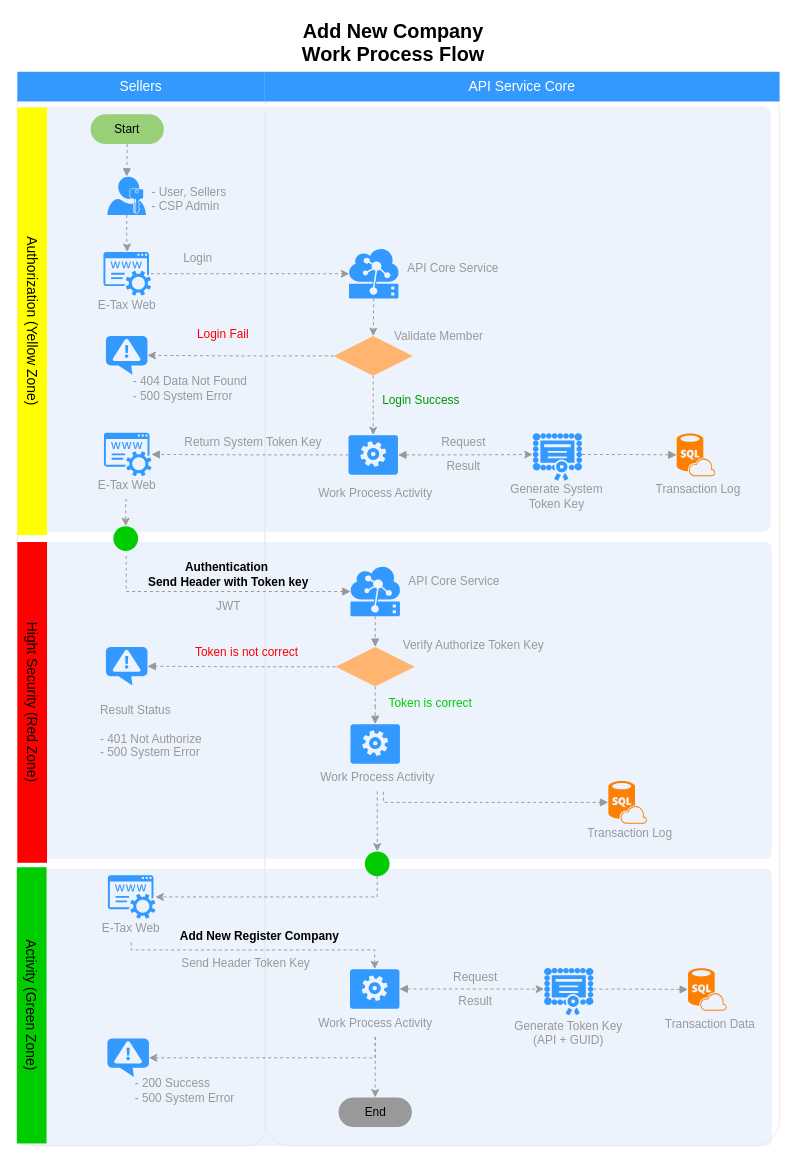
nirawat/eTax keeps this draw.io diagram as Add New Company in the corporate.drawio. Above is the earlier version. Source tidied: cells renumbered, new cells numbered last; positions are measured from the earlier drawing's top-left corner, leaving out a move shared by most shapes. Both pictures are drawn from the tidied source at 99%, with x=0, y=0 at pixel (-182, 17).
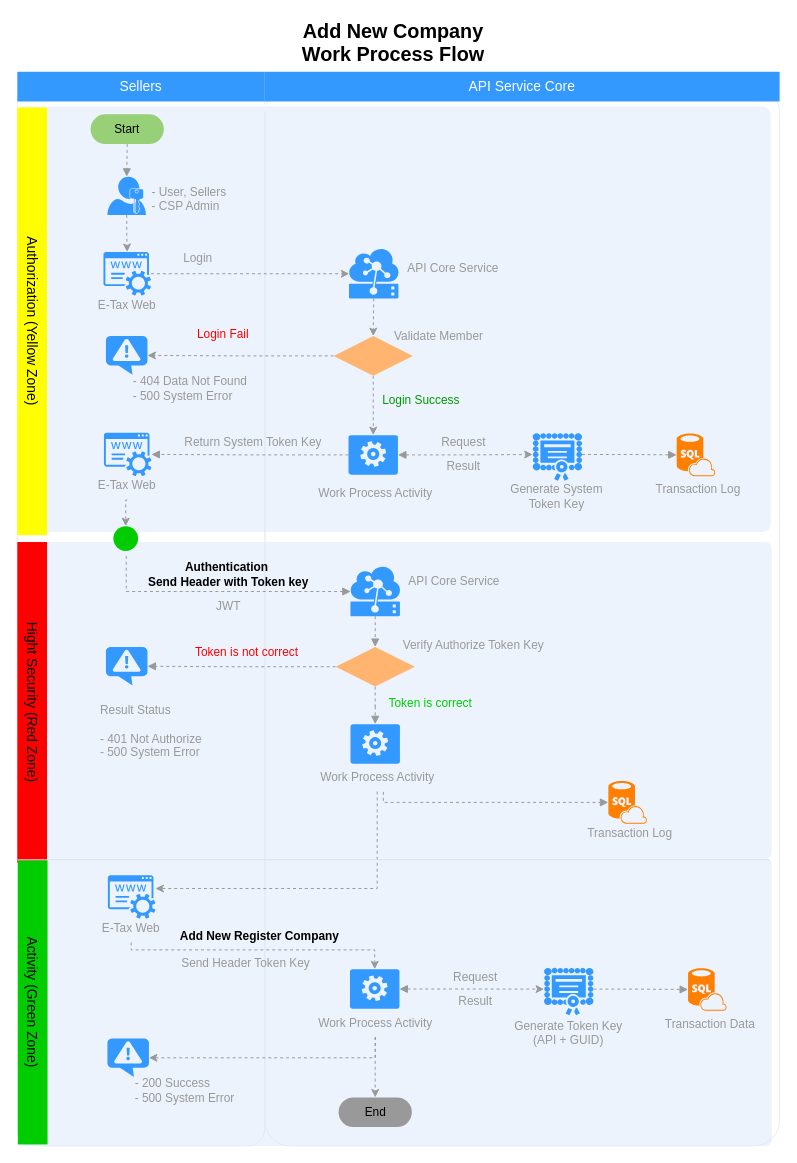
After the change.

The change refers to these unchanged cells:
```xml
<mxCell id="53" value="Work Process Activity&lt;br&gt;" style="text;html=1;strokeColor=none;fillColor=none;align=center;verticalAlign=middle;whiteSpace=wrap;rounded=0;fontSize=12;fontColor=#999999;" parent="51" vertex="1">
  <mxGeometry y="7" width="160" height="29" as="geometry" />
</mxCell>
<mxCell id="98" style="shadow=0;dashed=0;html=1;strokeColor=none;fillColor=#3399FF;labelPosition=center;verticalLabelPosition=bottom;verticalAlign=top;outlineConnect=0;align=center;shape=mxgraph.office.services.registrar_service;" parent="97" vertex="1">
  <mxGeometry x="31.5" y="-1" width="48" height="44" as="geometry" />
</mxCell>
```

The edit, as a diff of the source:
```diff
@@
     <mxCell id="5" style="rounded=1;whiteSpace=wrap;html=1;strokeColor=none;strokeWidth=1;fillColor=#dae8fc;fontSize=12;align=center;arcSize=2;opacity=50;" parent="1" vertex="1">
-      <mxGeometry x="202" y="860" width="761" height="280" as="geometry" />
+      <mxGeometry x="202" y="850" width="761" height="290" as="geometry" />
     </mxCell>
@@
-    <mxCell id="59" style="edgeStyle=orthogonalEdgeStyle;rounded=0;orthogonalLoop=1;jettySize=auto;html=1;exitX=0.5;exitY=1;exitDx=0;exitDy=0;entryX=0.5;entryY=0;entryDx=0;entryDy=0;dashed=1;strokeColor=#999999;" parent="1" edge="1" source="78" target="78">
-      <mxGeometry relative="1" as="geometry" />
-    </mxCell>
@@
     <mxCell id="72" value="Activity (Green Zone)" style="whiteSpace=wrap;html=1;dashed=1;strokeColor=none;strokeWidth=2;fillColor=#00CC00;fontFamily=Helvetica;fontSize=14;fontColor=#000000;fontStyle=0;rotation=90;" parent="1" vertex="1">
-      <mxGeometry x="76" y="983" width="279" height="30" as="geometry" />
+      <mxGeometry x="73" y="980" width="287" height="30" as="geometry" />
     </mxCell>
@@
-    <mxCell id="77" style="edgeStyle=orthogonalEdgeStyle;rounded=0;jettySize=auto;html=1;exitX=0.5;exitY=1;exitDx=0;exitDy=0;fontColor=#009900;strokeColor=#999999;dashed=1;" parent="1" edge="1" source="78" target="98">
-      <mxGeometry relative="1" as="geometry" />
+    <mxCell id="77" style="edgeStyle=orthogonalEdgeStyle;rounded=0;jettySize=auto;html=1;exitX=0.5;exitY=1;exitDx=0;exitDy=0;fontColor=#009900;strokeColor=#999999;dashed=1;" parent="1" edge="1" source="53" target="98">
+      <mxGeometry relative="1" as="geometry">
+        <Array as="points">
+          <mxPoint x="565" y="880" />
+        </Array>
+      </mxGeometry>
     </mxCell>
-    <mxCell id="78" style="ellipse;whiteSpace=wrap;html=1;fillColor=#00CC00;fontColor=#000000;align=center;strokeColor=none;" parent="1" vertex="1">
-      <mxGeometry x="552" y="842.5" width="25" height="25" as="geometry" />
-    </mxCell>
-    <mxCell id="79" style="edgeStyle=orthogonalEdgeStyle;rounded=0;jettySize=auto;html=1;exitX=0.5;exitY=1;exitDx=0;exitDy=0;entryX=0.5;entryY=0;entryDx=0;entryDy=0;dashed=1;strokeColor=#999999;entryPerimeter=0;" parent="1" edge="1" source="53" target="78">
-      <mxGeometry relative="1" as="geometry" />
-    </mxCell>
@@
+    <mxCell id="106" style="endArrow=none;html=1;strokeColor=#D4E1F5;fontColor=#000000;" parent="1" edge="1">
+      <mxGeometry relative="1" as="geometry">
+        <mxPoint x="201" y="851" as="sourcePoint" />
+        <mxPoint x="961" y="851" as="targetPoint" />
+      </mxGeometry>
+    </mxCell>
```
